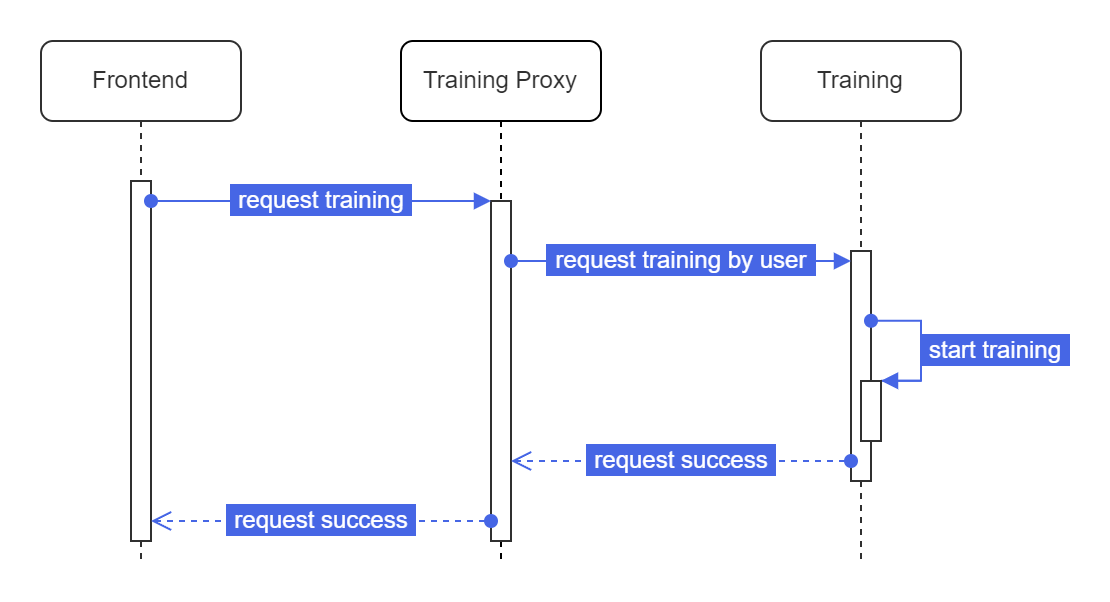
This is docs/TrainingRequestmentSequenceDiagram.png from vkmouse/detectify, a draw.io export, as it was before one commit. Source tidied: cells renumbered, new cells last; positions are measured from the earlier drawing's top-left corner, leaving out a move shared by most shapes.
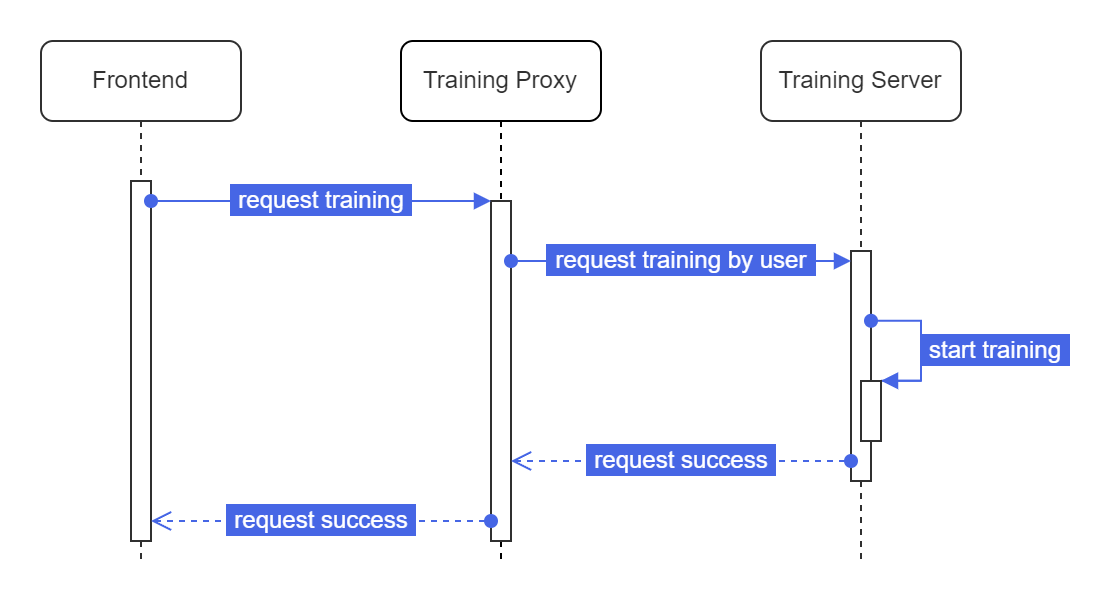
After the commit.

Commit message:
chore: update seq diagram

Change to the diagram source:
```diff
@@ -2,7 +2,7 @@
   <root>
     <mxCell id="0" />
     <mxCell id="1" parent="0" />
-    <mxCell id="2" value="&lt;font color=&quot;#303030&quot;&gt;Training&lt;/font&gt;" style="shape=umlLifeline;perimeter=lifelinePerimeter;whiteSpace=wrap;html=1;newEdgeStyle={&quot;edgeStyle&quot;:&quot;elbowEdgeStyle&quot;,&quot;elbow&quot;:&quot;vertical&quot;,&quot;curved&quot;:0,&quot;rounded&quot;:0};strokeColor=#303030;rounded=1;" parent="1" vertex="1">
+    <mxCell id="2" value="&lt;font color=&quot;#303030&quot;&gt;Training Server&lt;/font&gt;" style="shape=umlLifeline;perimeter=lifelinePerimeter;whiteSpace=wrap;html=1;newEdgeStyle={&quot;edgeStyle&quot;:&quot;elbowEdgeStyle&quot;,&quot;elbow&quot;:&quot;vertical&quot;,&quot;curved&quot;:0,&quot;rounded&quot;:0};strokeColor=#303030;rounded=1;" parent="1" vertex="1">
       <mxGeometry x="360" width="100" height="260" as="geometry" />
     </mxCell>
     <mxCell id="3" style="html=1;points=[];perimeter=orthogonalPerimeter;outlineConnect=0;targetShapes=umlLifeline;portConstraint=eastwest;newEdgeStyle={&quot;edgeStyle&quot;:&quot;elbowEdgeStyle&quot;,&quot;elbow&quot;:&quot;vertical&quot;,&quot;curved&quot;:0,&quot;rounded&quot;:0};strokeColor=#303030;" parent="1" vertex="1">
```
